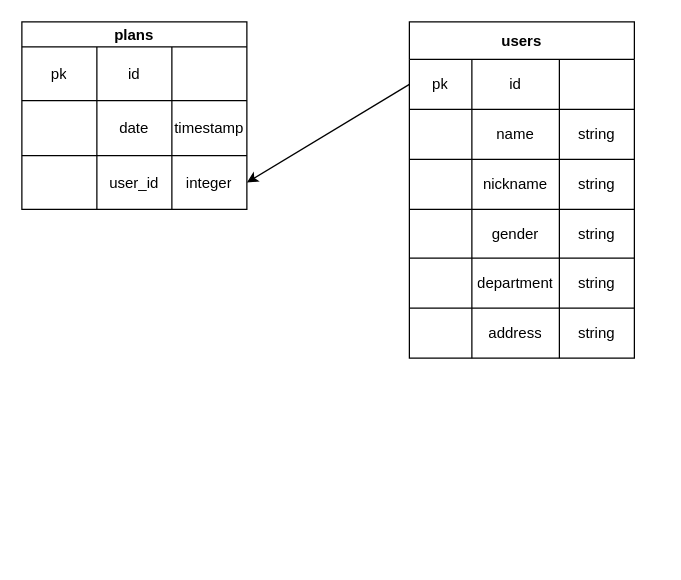
sasami-cheese80/Backend keeps this draw.io diagram as db.drawio. Above is the earlier version. Source tidied: cells renumbered, new cells numbered last; positions are measured from the earlier drawing's top-left corner, leaving out a move shared by most shapes. Both pictures are drawn from the tidied source at 125%, with x=0, y=0 at pixel (21, 21).
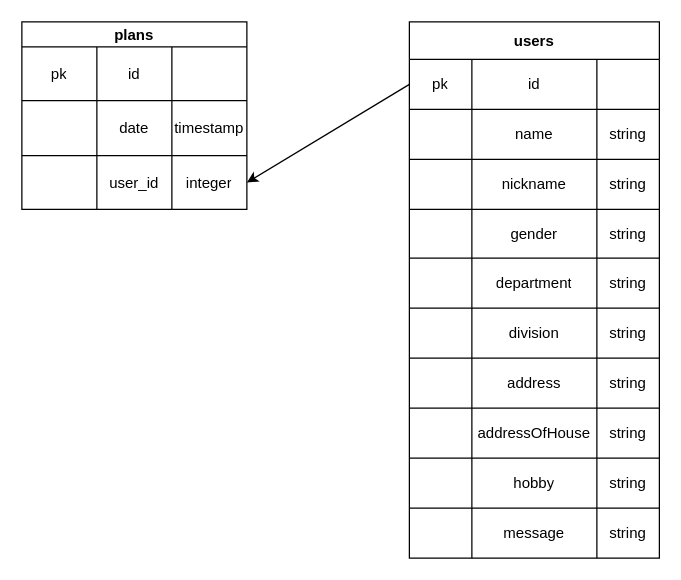
Above is the later version.

What changed in the source:
```diff
@@
     <mxCell id="15" value="users" style="shape=table;startSize=30;childLayout=tableLayout;fontStyle=1;align=center;" parent="1" vertex="1">
-      <mxGeometry x="310" width="180" height="269" as="geometry" />
+      <mxGeometry x="310" width="200" height="429" as="geometry" />
     </mxCell>
     <mxCell id="16" style="shape=tableRow;horizontal=0;startSize=0;swimlaneHead=0;swimlaneBody=0;top=0;left=0;bottom=0;right=0;fillColor=none;points=[[0,0.5],[1,0.5]];portConstraint=eastwest;" parent="15" vertex="1">
-      <mxGeometry y="30" width="180" height="40" as="geometry" />
+      <mxGeometry y="30" width="200" height="40" as="geometry" />
     </mxCell>
@@
     <mxCell id="18" value="id" style="shape=partialRectangle;html=1;whiteSpace=wrap;fillColor=none;top=0;left=0;bottom=0;right=0;overflow=hidden;" parent="16" vertex="1">
-      <mxGeometry x="50" width="70" height="40" as="geometry" />
+      <mxGeometry x="50" width="100" height="40" as="geometry" />
     </mxCell>
     <mxCell id="19" style="shape=partialRectangle;html=1;whiteSpace=wrap;fillColor=none;top=0;left=0;bottom=0;right=0;overflow=hidden;" parent="16" vertex="1">
-      <mxGeometry x="120" width="60" height="40" as="geometry" />
+      <mxGeometry x="150" width="50" height="40" as="geometry" />
     </mxCell>
     <mxCell id="20" style="shape=tableRow;horizontal=0;startSize=0;swimlaneHead=0;swimlaneBody=0;top=0;left=0;bottom=0;right=0;fillColor=none;" parent="15" vertex="1">
-      <mxGeometry y="70" width="180" height="40" as="geometry" />
+      <mxGeometry y="70" width="200" height="40" as="geometry" />
     </mxCell>
@@
     <mxCell id="22" value="name" style="shape=partialRectangle;html=1;whiteSpace=wrap;fillColor=none;top=0;left=0;bottom=0;right=0;overflow=hidden;" parent="20" vertex="1">
-      <mxGeometry x="50" width="70" height="40" as="geometry" />
+      <mxGeometry x="50" width="100" height="40" as="geometry" />
     </mxCell>
     <mxCell id="23" value="string" style="shape=partialRectangle;html=1;whiteSpace=wrap;fillColor=none;top=0;left=0;bottom=0;right=0;overflow=hidden;" parent="20" vertex="1">
-      <mxGeometry x="120" width="60" height="40" as="geometry" />
+      <mxGeometry x="150" width="50" height="40" as="geometry" />
     </mxCell>
     <mxCell id="24" style="shape=tableRow;horizontal=0;startSize=0;swimlaneHead=0;swimlaneBody=0;top=0;left=0;bottom=0;right=0;fillColor=none;" parent="15" vertex="1">
-      <mxGeometry y="110" width="180" height="40" as="geometry" />
+      <mxGeometry y="110" width="200" height="40" as="geometry" />
     </mxCell>
@@
     <mxCell id="26" value="nickname" style="shape=partialRectangle;html=1;whiteSpace=wrap;fillColor=none;top=0;left=0;bottom=0;right=0;overflow=hidden;" parent="24" vertex="1">
-      <mxGeometry x="50" width="70" height="40" as="geometry" />
+      <mxGeometry x="50" width="100" height="40" as="geometry" />
     </mxCell>
     <mxCell id="27" value="string" style="shape=partialRectangle;html=1;whiteSpace=wrap;fillColor=none;top=0;left=0;bottom=0;right=0;overflow=hidden;" parent="24" vertex="1">
-      <mxGeometry x="120" width="60" height="40" as="geometry" />
+      <mxGeometry x="150" width="50" height="40" as="geometry" />
     </mxCell>
     <mxCell id="28" style="shape=tableRow;horizontal=0;startSize=0;swimlaneHead=0;swimlaneBody=0;top=0;left=0;bottom=0;right=0;fillColor=none;" parent="15" vertex="1">
-      <mxGeometry y="150" width="180" height="39" as="geometry" />
+      <mxGeometry y="150" width="200" height="39" as="geometry" />
     </mxCell>
@@
     <mxCell id="30" value="gender" style="shape=partialRectangle;html=1;whiteSpace=wrap;fillColor=none;top=0;left=0;bottom=0;right=0;overflow=hidden;" parent="28" vertex="1">
-      <mxGeometry x="50" width="70" height="39" as="geometry" />
+      <mxGeometry x="50" width="100" height="39" as="geometry" />
     </mxCell>
     <mxCell id="31" value="string" style="shape=partialRectangle;html=1;whiteSpace=wrap;fillColor=none;top=0;left=0;bottom=0;right=0;overflow=hidden;" parent="28" vertex="1">
-      <mxGeometry x="120" width="60" height="39" as="geometry" />
+      <mxGeometry x="150" width="50" height="39" as="geometry" />
     </mxCell>
     <mxCell id="32" style="shape=tableRow;horizontal=0;startSize=0;swimlaneHead=0;swimlaneBody=0;top=0;left=0;bottom=0;right=0;fillColor=none;" parent="15" vertex="1">
-      <mxGeometry y="189" width="180" height="40" as="geometry" />
+      <mxGeometry y="189" width="200" height="40" as="geometry" />
     </mxCell>
@@
     <mxCell id="34" value="department" style="shape=partialRectangle;html=1;whiteSpace=wrap;fillColor=none;top=0;left=0;bottom=0;right=0;overflow=hidden;" parent="32" vertex="1">
-      <mxGeometry x="50" width="70" height="40" as="geometry" />
+      <mxGeometry x="50" width="100" height="40" as="geometry" />
     </mxCell>
     <mxCell id="35" value="string" style="shape=partialRectangle;html=1;whiteSpace=wrap;fillColor=none;top=0;left=0;bottom=0;right=0;overflow=hidden;" parent="32" vertex="1">
-      <mxGeometry x="120" width="60" height="40" as="geometry" />
+      <mxGeometry x="150" width="50" height="40" as="geometry" />
     </mxCell>
+    <mxCell id="41" style="shape=tableRow;horizontal=0;startSize=0;swimlaneHead=0;swimlaneBody=0;top=0;left=0;bottom=0;right=0;fillColor=none;" parent="15" vertex="1">
+      <mxGeometry y="229" width="200" height="40" as="geometry" />
+    </mxCell>
+    <mxCell id="42" style="shape=partialRectangle;html=1;whiteSpace=wrap;fillColor=none;top=0;left=0;bottom=0;right=0;overflow=hidden;" parent="41" vertex="1">
+      <mxGeometry width="50" height="40" as="geometry" />
+    </mxCell>
+    <mxCell id="43" value="division" style="shape=partialRectangle;html=1;whiteSpace=wrap;fillColor=none;top=0;left=0;bottom=0;right=0;overflow=hidden;" parent="41" vertex="1">
+      <mxGeometry x="50" width="100" height="40" as="geometry" />
+    </mxCell>
+    <mxCell id="44" value="string" style="shape=partialRectangle;html=1;whiteSpace=wrap;fillColor=none;top=0;left=0;bottom=0;right=0;overflow=hidden;" parent="41" vertex="1">
+      <mxGeometry x="150" width="50" height="40" as="geometry" />
+    </mxCell>
     <mxCell id="36" style="shape=tableRow;horizontal=0;startSize=0;swimlaneHead=0;swimlaneBody=0;top=0;left=0;bottom=0;right=0;fillColor=none;" parent="15" vertex="1">
-      <mxGeometry y="229" width="180" height="40" as="geometry" />
+      <mxGeometry y="269" width="200" height="40" as="geometry" />
     </mxCell>
@@
     <mxCell id="38" value="address" style="shape=partialRectangle;html=1;whiteSpace=wrap;fillColor=none;top=0;left=0;bottom=0;right=0;overflow=hidden;" parent="36" vertex="1">
-      <mxGeometry x="50" width="70" height="40" as="geometry" />
+      <mxGeometry x="50" width="100" height="40" as="geometry" />
     </mxCell>
     <mxCell id="39" value="string" style="shape=partialRectangle;html=1;whiteSpace=wrap;fillColor=none;top=0;left=0;bottom=0;right=0;overflow=hidden;" parent="36" vertex="1">
-      <mxGeometry x="120" width="60" height="40" as="geometry" />
+      <mxGeometry x="150" width="50" height="40" as="geometry" />
     </mxCell>
+    <mxCell id="45" style="shape=tableRow;horizontal=0;startSize=0;swimlaneHead=0;swimlaneBody=0;top=0;left=0;bottom=0;right=0;fillColor=none;" parent="15" vertex="1">
+      <mxGeometry y="309" width="200" height="40" as="geometry" />
+    </mxCell>
+    <mxCell id="46" style="shape=partialRectangle;html=1;whiteSpace=wrap;fillColor=none;top=0;left=0;bottom=0;right=0;overflow=hidden;" parent="45" vertex="1">
+      <mxGeometry width="50" height="40" as="geometry" />
+    </mxCell>
+    <mxCell id="47" value="addressOfHouse" style="shape=partialRectangle;html=1;whiteSpace=wrap;fillColor=none;top=0;left=0;bottom=0;right=0;overflow=hidden;" parent="45" vertex="1">
+      <mxGeometry x="50" width="100" height="40" as="geometry" />
+    </mxCell>
+    <mxCell id="48" value="string" style="shape=partialRectangle;html=1;whiteSpace=wrap;fillColor=none;top=0;left=0;bottom=0;right=0;overflow=hidden;" parent="45" vertex="1">
+      <mxGeometry x="150" width="50" height="40" as="geometry" />
+    </mxCell>
+    <mxCell id="49" style="shape=tableRow;horizontal=0;startSize=0;swimlaneHead=0;swimlaneBody=0;top=0;left=0;bottom=0;right=0;fillColor=none;" parent="15" vertex="1">
+      <mxGeometry y="349" width="200" height="40" as="geometry" />
+    </mxCell>
+    <mxCell id="50" style="shape=partialRectangle;html=1;whiteSpace=wrap;fillColor=none;top=0;left=0;bottom=0;right=0;overflow=hidden;" parent="49" vertex="1">
+      <mxGeometry width="50" height="40" as="geometry" />
+    </mxCell>
+    <mxCell id="51" value="hobby" style="shape=partialRectangle;html=1;whiteSpace=wrap;fillColor=none;top=0;left=0;bottom=0;right=0;overflow=hidden;" parent="49" vertex="1">
+      <mxGeometry x="50" width="100" height="40" as="geometry" />
+    </mxCell>
+    <mxCell id="52" value="string" style="shape=partialRectangle;html=1;whiteSpace=wrap;fillColor=none;top=0;left=0;bottom=0;right=0;overflow=hidden;" parent="49" vertex="1">
+      <mxGeometry x="150" width="50" height="40" as="geometry" />
+    </mxCell>
+    <mxCell id="53" style="shape=tableRow;horizontal=0;startSize=0;swimlaneHead=0;swimlaneBody=0;top=0;left=0;bottom=0;right=0;fillColor=none;" parent="15" vertex="1">
+      <mxGeometry y="389" width="200" height="40" as="geometry" />
+    </mxCell>
+    <mxCell id="54" style="shape=partialRectangle;html=1;whiteSpace=wrap;fillColor=none;top=0;left=0;bottom=0;right=0;overflow=hidden;" parent="53" vertex="1">
+      <mxGeometry width="50" height="40" as="geometry" />
+    </mxCell>
+    <mxCell id="55" value="message" style="shape=partialRectangle;html=1;whiteSpace=wrap;fillColor=none;top=0;left=0;bottom=0;right=0;overflow=hidden;" parent="53" vertex="1">
+      <mxGeometry x="50" width="100" height="40" as="geometry" />
+    </mxCell>
+    <mxCell id="56" value="string" style="shape=partialRectangle;html=1;whiteSpace=wrap;fillColor=none;top=0;left=0;bottom=0;right=0;overflow=hidden;" parent="53" vertex="1">
+      <mxGeometry x="150" width="50" height="40" as="geometry" />
+    </mxCell>
```
